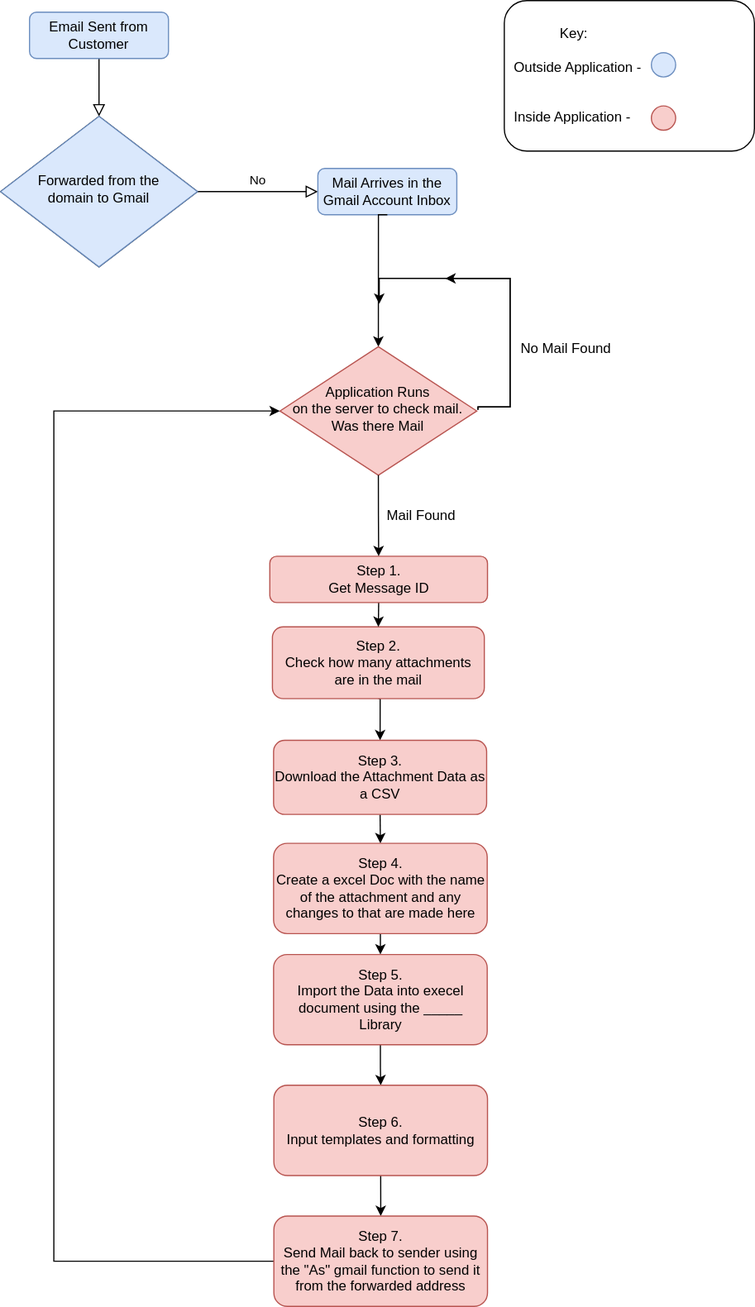
RapidReports/EmailReports keeps this draw.io diagram as EmailReport.svg. Above is the earlier version. Source tidied: cells renumbered, new cells last; positions are measured from the earlier drawing's top-left corner, leaving out a move shared by most shapes.
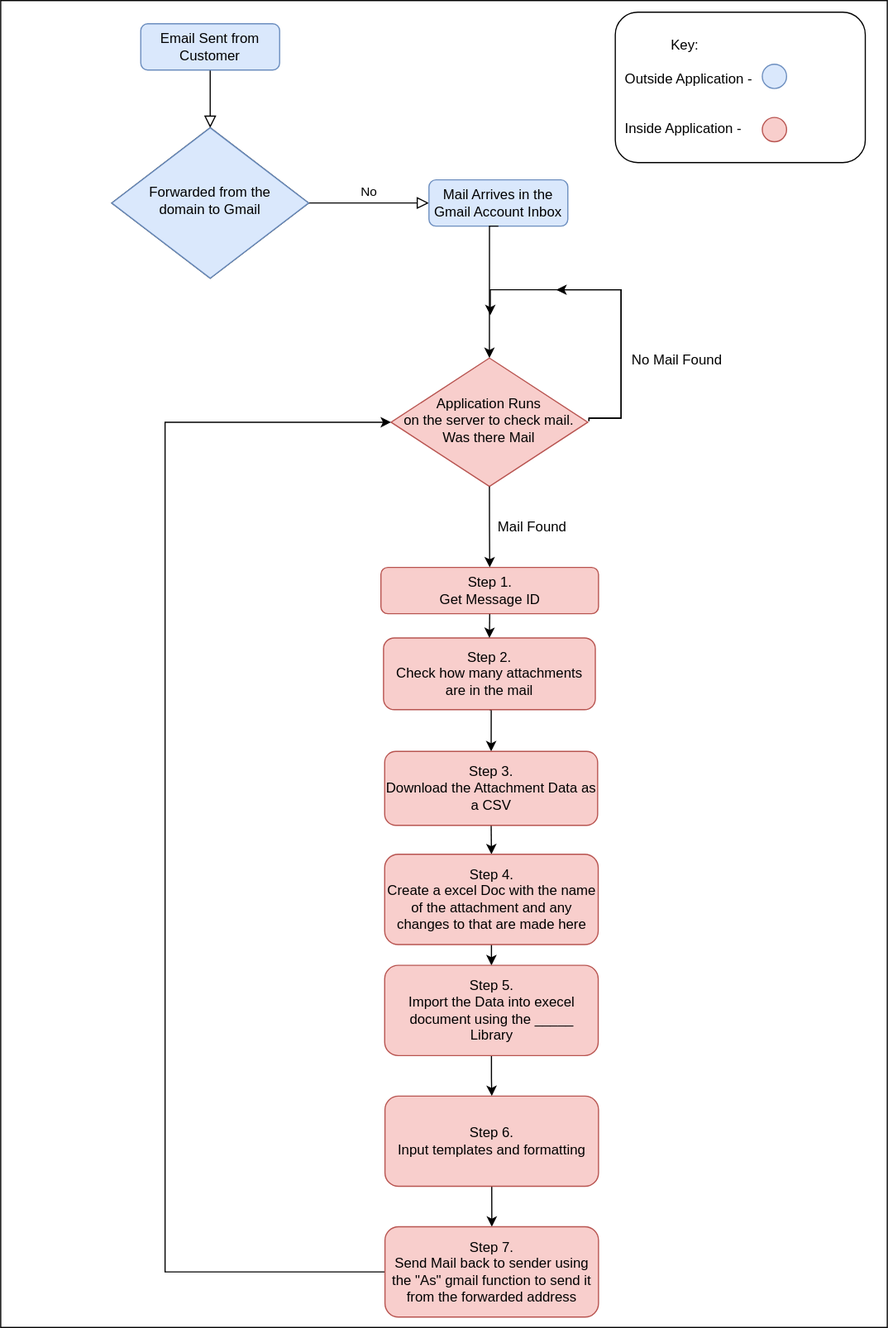
Above is the later version.

The edit, as a diff of the source:
```diff
@@ -2,6 +2,9 @@
   <root>
     <mxCell id="0" />
     <mxCell id="1" parent="0" />
+    <mxCell id="32" style="rounded=0;whiteSpace=wrap;html=1;" parent="1" vertex="1">
+      <mxGeometry x="-96" y="-10" width="766" height="1147" as="geometry" />
+    </mxCell>
     <mxCell id="2" style="rounded=0;html=1;jettySize=auto;fontSize=11;endArrow=block;endFill=0;endSize=8;strokeWidth=1;shadow=0;labelBackgroundColor=none;edgeStyle=orthogonalEdgeStyle;" parent="1" edge="1" source="3" target="5">
       <mxGeometry relative="1" as="geometry" />
     </mxCell>
```
